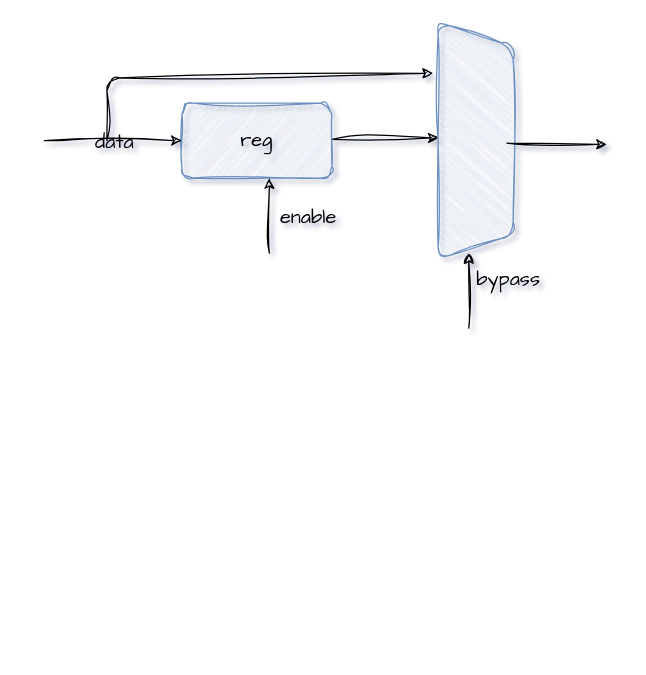
Above: verilog/test.drawio in fpga2fun/hdl_mod (draw.io), before the change. Source tidied: cells renumbered, new cells numbered last; positions are measured from the earlier drawing's top-left corner, leaving out a move shared by most shapes. Both pictures are drawn from the tidied source at 125%, with x=0, y=0 at pixel (44, 78).
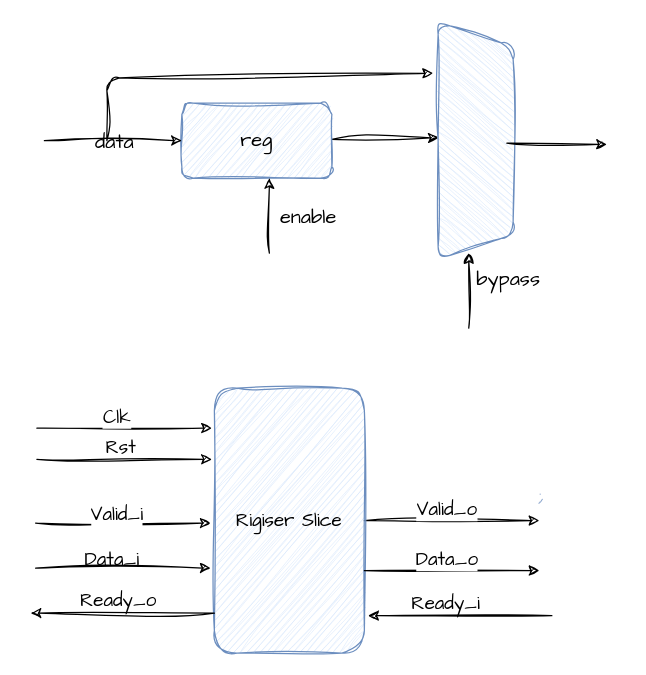
The same page after the edit.

Commit message (it also covers changes not shown here):
Refactor and add new modules for CDC DMUX and register slice forwarding

Change to the diagram source:
```diff
@@
-<mxGraphModel shadow="1">
+<mxGraphModel>
@@
-    <mxCell id="2" style="edgeStyle=none;html=1;entryX=0.488;entryY=0.993;entryDx=0;entryDy=0;entryPerimeter=0;sketch=1;curveFitting=1;jiggle=2;fontFamily=Comic Sans MS;fontSize=16;labelBackgroundColor=none;" parent="1" edge="1" source="3" target="4">
+    <mxCell id="2" style="edgeStyle=none;html=1;entryX=0.488;entryY=0.993;entryDx=0;entryDy=0;entryPerimeter=0;fontFamily=Comic Sans MS;fontSize=16;labelBackgroundColor=none;sketch=1;curveFitting=1;jiggle=2;" parent="1" edge="1" source="3" target="4">
       <mxGeometry relative="1" as="geometry" />
     </mxCell>
-    <mxCell id="3" value="reg" style="rounded=1;whiteSpace=wrap;html=1;sketch=1;curveFitting=1;jiggle=2;fontFamily=Comic Sans MS;fontSize=16;shadow=0;labelBackgroundColor=none;fillStyle=hachure;fillColor=#dae8fc;strokeColor=#6c8ebf;gradientColor=#7ea6e0;" parent="1" vertex="1">
+    <mxCell id="3" value="reg" style="rounded=1;whiteSpace=wrap;html=1;fontFamily=Comic Sans MS;fontSize=16;shadow=0;labelBackgroundColor=none;fillStyle=hachure;fillColor=#dae8fc;strokeColor=#6c8ebf;gradientColor=#7ea6e0;sketch=1;curveFitting=1;jiggle=2;" parent="1" vertex="1">
       <mxGeometry x="110" y="20" width="120" height="60" as="geometry" />
     </mxCell>
-    <mxCell id="4" style="shape=trapezoid;perimeter=trapezoidPerimeter;whiteSpace=wrap;html=1;fixedSize=1;rotation=90;sketch=1;curveFitting=1;jiggle=2;fontFamily=Comic Sans MS;fontSize=16;shadow=0;labelBackgroundColor=none;fillStyle=hachure;rounded=1;fillColor=#dae8fc;strokeColor=#6c8ebf;gradientColor=#7ea6e0;" parent="1" vertex="1">
+    <mxCell id="4" style="shape=trapezoid;perimeter=trapezoidPerimeter;whiteSpace=wrap;html=1;fixedSize=1;rotation=90;fontFamily=Comic Sans MS;fontSize=16;shadow=0;labelBackgroundColor=none;fillStyle=hachure;rounded=1;fillColor=#dae8fc;strokeColor=#6c8ebf;gradientColor=#7ea6e0;sketch=1;curveFitting=1;jiggle=2;" parent="1" vertex="1">
       <mxGeometry x="250" y="20" width="190" height="60" as="geometry" />
     </mxCell>
-    <mxCell id="5" style="endArrow=classic;html=1;sketch=1;curveFitting=1;jiggle=2;fontFamily=Comic Sans MS;fontSize=16;labelBackgroundColor=none;" parent="1" edge="1">
+    <mxCell id="5" style="endArrow=classic;html=1;fontFamily=Comic Sans MS;fontSize=16;labelBackgroundColor=none;sketch=1;curveFitting=1;jiggle=2;" parent="1" edge="1">
       <mxGeometry relative="1" as="geometry">
         <mxPoint x="180" y="140" as="sourcePoint" />
         <mxPoint x="180" y="80" as="targetPoint" />
       </mxGeometry>
     </mxCell>
-    <mxCell id="6" value="enable" style="edgeLabel;html=1;align=center;verticalAlign=middle;sketch=1;curveFitting=1;jiggle=2;fontFamily=Comic Sans MS;fontSize=16;labelBackgroundColor=none;" parent="5" vertex="1">
+    <mxCell id="6" value="enable" style="edgeLabel;html=1;align=center;verticalAlign=middle;fontFamily=Comic Sans MS;fontSize=16;labelBackgroundColor=none;sketch=1;curveFitting=1;jiggle=2;" parent="5" vertex="1">
       <mxGeometry relative="1" as="geometry">
         <mxPoint x="30" as="offset" />
       </mxGeometry>
     </mxCell>
-    <mxCell id="7" style="endArrow=classic;html=1;entryX=0;entryY=0.5;entryDx=0;entryDy=0;sketch=1;curveFitting=1;jiggle=2;fontFamily=Comic Sans MS;fontSize=16;labelBackgroundColor=none;" parent="1" edge="1" target="3">
+    <mxCell id="7" style="endArrow=classic;html=1;entryX=0;entryY=0.5;entryDx=0;entryDy=0;fontFamily=Comic Sans MS;fontSize=16;labelBackgroundColor=none;sketch=1;curveFitting=1;jiggle=2;" parent="1" edge="1" target="3">
       <mxGeometry relative="1" as="geometry">
         <mxPoint y="50" as="sourcePoint" />
       </mxGeometry>
     </mxCell>
-    <mxCell id="8" value="data" style="edgeLabel;html=1;align=center;verticalAlign=middle;sketch=1;curveFitting=1;jiggle=2;fontFamily=Comic Sans MS;fontSize=16;labelBackgroundColor=none;" parent="7" vertex="1">
+    <mxCell id="8" value="data" style="edgeLabel;html=1;align=center;verticalAlign=middle;fontFamily=Comic Sans MS;fontSize=16;labelBackgroundColor=none;sketch=1;curveFitting=1;jiggle=2;" parent="7" vertex="1">
       <mxGeometry relative="1" as="geometry" />
     </mxCell>
-    <mxCell id="9" style="endArrow=classic;html=1;entryX=0.216;entryY=1.067;entryDx=0;entryDy=0;entryPerimeter=0;sketch=1;curveFitting=1;jiggle=2;fontFamily=Comic Sans MS;fontSize=16;labelBackgroundColor=none;" parent="1" edge="1" target="4">
+    <mxCell id="9" style="endArrow=classic;html=1;entryX=0.216;entryY=1.067;entryDx=0;entryDy=0;entryPerimeter=0;fontFamily=Comic Sans MS;fontSize=16;labelBackgroundColor=none;sketch=1;curveFitting=1;jiggle=2;" parent="1" edge="1" target="4">
       <mxGeometry relative="1" as="geometry">
         <mxPoint x="50" y="50" as="sourcePoint" />
         <Array as="points">
           <mxPoint x="50" />
         </Array>
       </mxGeometry>
     </mxCell>
-    <mxCell id="10" style="endArrow=classic;html=1;sketch=1;curveFitting=1;jiggle=2;fontFamily=Comic Sans MS;fontSize=16;labelBackgroundColor=none;" parent="1" edge="1">
+    <mxCell id="10" style="endArrow=classic;html=1;fontFamily=Comic Sans MS;fontSize=16;labelBackgroundColor=none;sketch=1;curveFitting=1;jiggle=2;" parent="1" edge="1">
       <mxGeometry relative="1" as="geometry">
         <mxPoint x="339.5" y="200" as="sourcePoint" />
         <mxPoint x="339.5" y="140" as="targetPoint" />
       </mxGeometry>
     </mxCell>
-    <mxCell id="11" value="bypass&lt;div&gt;&lt;br&gt;&lt;/div&gt;" style="edgeLabel;html=1;align=center;verticalAlign=middle;sketch=1;curveFitting=1;jiggle=2;fontFamily=Comic Sans MS;fontSize=16;labelBackgroundColor=none;" parent="10" vertex="1">
+    <mxCell id="11" value="bypass&lt;div&gt;&lt;br&gt;&lt;/div&gt;" style="edgeLabel;html=1;align=center;verticalAlign=middle;fontFamily=Comic Sans MS;fontSize=16;labelBackgroundColor=none;sketch=1;curveFitting=1;jiggle=2;" parent="10" vertex="1">
       <mxGeometry relative="1" as="geometry">
         <mxPoint x="31" as="offset" />
       </mxGeometry>
     </mxCell>
-    <mxCell id="12" style="edgeStyle=none;html=1;sketch=1;curveFitting=1;jiggle=2;fontFamily=Comic Sans MS;fontSize=16;labelBackgroundColor=none;" parent="1" edge="1">
+    <mxCell id="12" style="edgeStyle=none;html=1;fontFamily=Comic Sans MS;fontSize=16;labelBackgroundColor=none;sketch=1;curveFitting=1;jiggle=2;" parent="1" edge="1">
       <mxGeometry relative="1" as="geometry">
         <mxPoint x="370" y="52" as="sourcePoint" />
         <mxPoint x="450" y="53" as="targetPoint" />
       </mxGeometry>
     </mxCell>
+    <mxCell id="13" style="edgeStyle=none;html=1;fontFamily=Comic Sans MS;fontSize=15;textShadow=0;sketch=1;curveFitting=1;jiggle=2;" parent="1" edge="1" source="15">
+      <mxGeometry relative="1" as="geometry">
+        <mxPoint x="396" y="354" as="targetPoint" />
+      </mxGeometry>
+    </mxCell>
+    <mxCell id="14" value="Valid_o" style="edgeLabel;html=1;align=center;verticalAlign=middle;fontFamily=Comic Sans MS;fontSize=15;textShadow=0;sketch=1;curveFitting=1;jiggle=2;" parent="13" vertex="1">
+      <mxGeometry x="-0.08" y="1" relative="1" as="geometry">
+        <mxPoint x="1" y="-9" as="offset" />
+      </mxGeometry>
+    </mxCell>
+    <mxCell id="15" value="Rigiser Slice" style="rounded=1;whiteSpace=wrap;html=1;fontFamily=Comic Sans MS;fontSize=15;shadow=0;labelBackgroundColor=none;fillStyle=hachure;fillColor=#dae8fc;strokeColor=#6c8ebf;gradientColor=#7ea6e0;textShadow=0;sketch=1;curveFitting=1;jiggle=2;" parent="1" vertex="1">
+      <mxGeometry x="136" y="248" width="120" height="212" as="geometry" />
+    </mxCell>
+    <mxCell id="16" style="shape=waypoint;size=6;fillColor=#dae8fc;perimeter=centerPerimeter;fontSize=15;fontFamily=Comic Sans MS;strokeColor=#6c8ebf;rounded=1;shadow=0;labelBackgroundColor=none;fillStyle=hachure;gradientColor=#7ea6e0;textShadow=0;sketch=1;curveFitting=1;jiggle=2;" parent="1" vertex="1">
+      <mxGeometry x="386" y="327.5" width="20" height="20" as="geometry" />
+    </mxCell>
+    <mxCell id="17" style="edgeStyle=none;html=1;fontFamily=Comic Sans MS;fontSize=15;textShadow=0;sketch=1;curveFitting=1;jiggle=2;" parent="1" edge="1">
+      <mxGeometry relative="1" as="geometry">
+        <mxPoint x="-6" y="280" as="sourcePoint" />
+        <mxPoint x="134" y="280" as="targetPoint" />
+      </mxGeometry>
+    </mxCell>
+    <mxCell id="18" value="Clk" style="edgeLabel;html=1;align=center;verticalAlign=middle;fontFamily=Comic Sans MS;fontSize=15;textShadow=0;sketch=1;curveFitting=1;jiggle=2;" parent="17" vertex="1">
+      <mxGeometry x="0.31" y="1" relative="1" as="geometry">
+        <mxPoint x="-29" y="-9" as="offset" />
+      </mxGeometry>
+    </mxCell>
+    <mxCell id="19" style="edgeStyle=none;html=1;fontFamily=Comic Sans MS;fontSize=15;textShadow=0;sketch=1;curveFitting=1;jiggle=2;" parent="1" edge="1">
+      <mxGeometry relative="1" as="geometry">
+        <mxPoint x="-6" y="305" as="sourcePoint" />
+        <mxPoint x="134" y="305" as="targetPoint" />
+      </mxGeometry>
+    </mxCell>
+    <mxCell id="20" value="Rst" style="text;html=1;align=center;verticalAlign=middle;strokeColor=none;fillColor=none;fontFamily=Comic Sans MS;fontSize=15;textShadow=0;sketch=1;curveFitting=1;jiggle=2;" parent="1" vertex="1">
+      <mxGeometry x="40" y="280" width="42" height="30" as="geometry" />
+    </mxCell>
+    <mxCell id="21" style="edgeStyle=none;html=1;fontFamily=Comic Sans MS;fontSize=15;textShadow=0;sketch=1;curveFitting=1;jiggle=2;" parent="1" edge="1">
+      <mxGeometry relative="1" as="geometry">
+        <mxPoint x="-7" y="356" as="sourcePoint" />
+        <mxPoint x="133" y="356" as="targetPoint" />
+      </mxGeometry>
+    </mxCell>
+    <mxCell id="22" value="Valid_i" style="edgeLabel;html=1;align=center;verticalAlign=middle;fontFamily=Comic Sans MS;fontSize=15;textShadow=0;sketch=1;curveFitting=1;jiggle=2;" parent="21" vertex="1">
+      <mxGeometry x="0.04" y="1" relative="1" as="geometry">
+        <mxPoint x="-9" y="-7" as="offset" />
+      </mxGeometry>
+    </mxCell>
+    <mxCell id="23" style="edgeStyle=none;html=1;fontFamily=Comic Sans MS;fontSize=15;textShadow=0;sketch=1;curveFitting=1;jiggle=2;" parent="1" edge="1">
+      <mxGeometry relative="1" as="geometry">
+        <mxPoint x="-7" y="392" as="sourcePoint" />
+        <mxPoint x="133" y="392" as="targetPoint" />
+      </mxGeometry>
+    </mxCell>
+    <mxCell id="24" value="Data_i" style="text;html=1;align=center;verticalAlign=middle;strokeColor=none;fillColor=none;fontFamily=Comic Sans MS;fontSize=15;textShadow=0;sketch=1;curveFitting=1;jiggle=2;" parent="1" vertex="1">
+      <mxGeometry x="21" y="370" width="65" height="30" as="geometry" />
+    </mxCell>
+    <mxCell id="25" style="edgeStyle=none;html=1;fontFamily=Comic Sans MS;fontSize=15;textShadow=0;sketch=1;curveFitting=1;jiggle=2;" parent="1" edge="1">
+      <mxGeometry relative="1" as="geometry">
+        <mxPoint x="136" y="428" as="sourcePoint" />
+        <mxPoint x="-11" y="428" as="targetPoint" />
+      </mxGeometry>
+    </mxCell>
+    <mxCell id="26" value="Ready_o" style="text;html=1;align=center;verticalAlign=middle;strokeColor=none;fillColor=none;fontFamily=Comic Sans MS;fontSize=15;textShadow=0;sketch=1;curveFitting=1;jiggle=2;" parent="1" vertex="1">
+      <mxGeometry x="20" y="403" width="77" height="30" as="geometry" />
+    </mxCell>
+    <mxCell id="27" style="edgeStyle=none;html=1;fontFamily=Comic Sans MS;fontSize=15;textShadow=0;sketch=1;curveFitting=1;jiggle=2;" parent="1" edge="1">
+      <mxGeometry relative="1" as="geometry">
+        <mxPoint x="256" y="394" as="sourcePoint" />
+        <mxPoint x="396" y="394" as="targetPoint" />
+      </mxGeometry>
+    </mxCell>
+    <mxCell id="28" value="Data_o" style="edgeLabel;html=1;align=center;verticalAlign=middle;fontFamily=Comic Sans MS;fontSize=15;textShadow=0;sketch=1;curveFitting=1;jiggle=2;" parent="27" vertex="1">
+      <mxGeometry x="-0.08" y="1" relative="1" as="geometry">
+        <mxPoint x="1" y="-9" as="offset" />
+      </mxGeometry>
+    </mxCell>
+    <mxCell id="29" style="edgeStyle=none;html=1;fontFamily=Comic Sans MS;fontSize=15;textShadow=0;sketch=1;curveFitting=1;jiggle=2;" parent="1" edge="1">
+      <mxGeometry relative="1" as="geometry">
+        <mxPoint x="406" y="430" as="sourcePoint" />
+        <mxPoint x="259" y="430" as="targetPoint" />
+      </mxGeometry>
+    </mxCell>
+    <mxCell id="30" value="Ready_i" style="text;html=1;align=center;verticalAlign=middle;strokeColor=none;fillColor=none;fontFamily=Comic Sans MS;fontSize=15;textShadow=0;sketch=1;curveFitting=1;jiggle=2;" parent="1" vertex="1">
+      <mxGeometry x="284" y="405" width="74" height="30" as="geometry" />
+    </mxCell>
```
